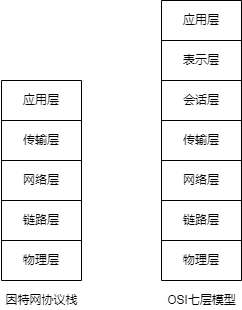
Earlier version of the draw.io export computer-networking/img/internet_protocol_stack_and_osi_reference_model.png (an-die-freude/computer-network-note). Source tidied: cells renumbered, new cells last; positions are measured from the earlier drawing's top-left corner, leaving out a move shared by most shapes. Its diagram source:
```xml
<mxGraphModel>
  <root>
    <mxCell id="0" />
    <mxCell id="1" parent="0" />
    <mxCell id="2" style="shape=table;startSize=0;" parent="1" vertex="1">
      <mxGeometry x="1" y="80" width="80" height="200" as="geometry" />
    </mxCell>
    <mxCell id="3" style="shape=tableRow;horizontal=0;startSize=0;swimlaneHead=0;swimlaneBody=0;top=0;left=0;bottom=0;right=0;fillColor=none;" parent="2" vertex="1">
      <mxGeometry width="80" height="40" as="geometry" />
    </mxCell>
    <mxCell id="4" value="应用层" style="shape=partialRectangle;html=1;whiteSpace=wrap;overflow=hidden;fillColor=none;top=0;left=0;bottom=0;right=0;" parent="3" vertex="1">
      <mxGeometry width="80" height="40" as="geometry" />
    </mxCell>
    <mxCell id="5" style="shape=tableRow;horizontal=0;startSize=0;swimlaneHead=0;swimlaneBody=0;top=0;left=0;bottom=0;right=0;fillColor=none;" parent="2" vertex="1">
      <mxGeometry y="40" width="80" height="40" as="geometry" />
    </mxCell>
    <mxCell id="6" value="传输层" style="shape=partialRectangle;html=1;whiteSpace=wrap;overflow=hidden;fillColor=none;top=0;left=0;bottom=0;right=0;" parent="5" vertex="1">
      <mxGeometry width="80" height="40" as="geometry" />
    </mxCell>
    <mxCell id="7" style="shape=tableRow;horizontal=0;startSize=0;swimlaneHead=0;swimlaneBody=0;top=0;left=0;bottom=0;right=0;fillColor=none;" parent="2" vertex="1">
      <mxGeometry y="80" width="80" height="40" as="geometry" />
    </mxCell>
    <mxCell id="8" value="网络层" style="shape=partialRectangle;html=1;whiteSpace=wrap;overflow=hidden;fillColor=none;top=0;left=0;bottom=0;right=0;" parent="7" vertex="1">
      <mxGeometry width="80" height="40" as="geometry" />
    </mxCell>
    <mxCell id="9" style="shape=tableRow;horizontal=0;startSize=0;swimlaneHead=0;swimlaneBody=0;top=0;left=0;bottom=0;right=0;fillColor=none;" parent="2" vertex="1">
      <mxGeometry y="120" width="80" height="40" as="geometry" />
    </mxCell>
    <mxCell id="10" value="链路层" style="shape=partialRectangle;html=1;whiteSpace=wrap;overflow=hidden;fillColor=none;top=0;left=0;bottom=0;right=0;" parent="9" vertex="1">
      <mxGeometry width="80" height="40" as="geometry" />
    </mxCell>
    <mxCell id="11" style="shape=tableRow;horizontal=0;startSize=0;swimlaneHead=0;swimlaneBody=0;top=0;left=0;bottom=0;right=0;fillColor=none;" parent="2" vertex="1">
      <mxGeometry y="160" width="80" height="40" as="geometry" />
    </mxCell>
    <mxCell id="12" value="物理层" style="shape=partialRectangle;html=1;whiteSpace=wrap;overflow=hidden;fillColor=none;top=0;left=0;bottom=0;right=0;" parent="11" vertex="1">
      <mxGeometry width="80" height="40" as="geometry" />
    </mxCell>
    <mxCell id="13" style="shape=table;startSize=0;" parent="1" vertex="1">
      <mxGeometry x="161" width="80" height="280" as="geometry" />
    </mxCell>
    <mxCell id="14" style="shape=tableRow;horizontal=0;startSize=0;swimlaneHead=0;swimlaneBody=0;top=0;left=0;bottom=0;right=0;fillColor=none;" parent="13" vertex="1">
      <mxGeometry width="80" height="40" as="geometry" />
    </mxCell>
    <mxCell id="15" value="应用层" style="shape=partialRectangle;html=1;whiteSpace=wrap;overflow=hidden;fillColor=none;top=0;left=0;bottom=0;right=0;" parent="14" vertex="1">
      <mxGeometry width="80" height="40" as="geometry" />
    </mxCell>
    <mxCell id="16" style="shape=tableRow;horizontal=0;startSize=0;swimlaneHead=0;swimlaneBody=0;top=0;left=0;bottom=0;right=0;fillColor=none;" parent="13" vertex="1">
      <mxGeometry y="40" width="80" height="40" as="geometry" />
    </mxCell>
    <mxCell id="17" value="表示层" style="shape=partialRectangle;html=1;whiteSpace=wrap;overflow=hidden;fillColor=none;top=0;left=0;bottom=0;right=0;" parent="16" vertex="1">
      <mxGeometry width="80" height="40" as="geometry" />
    </mxCell>
    <mxCell id="18" style="shape=tableRow;horizontal=0;startSize=0;swimlaneHead=0;swimlaneBody=0;top=0;left=0;bottom=0;right=0;fillColor=none;" parent="13" vertex="1">
      <mxGeometry y="80" width="80" height="40" as="geometry" />
    </mxCell>
    <mxCell id="19" value="会话层" style="shape=partialRectangle;html=1;whiteSpace=wrap;overflow=hidden;fillColor=none;top=0;left=0;bottom=0;right=0;" parent="18" vertex="1">
      <mxGeometry width="80" height="40" as="geometry" />
    </mxCell>
    <mxCell id="20" style="shape=tableRow;horizontal=0;startSize=0;swimlaneHead=0;swimlaneBody=0;top=0;left=0;bottom=0;right=0;fillColor=none;" parent="13" vertex="1">
      <mxGeometry y="120" width="80" height="40" as="geometry" />
    </mxCell>
    <mxCell id="21" value="传输层" style="shape=partialRectangle;html=1;whiteSpace=wrap;overflow=hidden;fillColor=none;top=0;left=0;bottom=0;right=0;" parent="20" vertex="1">
      <mxGeometry width="80" height="40" as="geometry" />
    </mxCell>
    <mxCell id="22" style="shape=tableRow;horizontal=0;startSize=0;swimlaneHead=0;swimlaneBody=0;top=0;left=0;bottom=0;right=0;fillColor=none;" parent="13" vertex="1">
      <mxGeometry y="160" width="80" height="40" as="geometry" />
    </mxCell>
    <mxCell id="23" value="网络层" style="shape=partialRectangle;html=1;whiteSpace=wrap;overflow=hidden;fillColor=none;top=0;left=0;bottom=0;right=0;" parent="22" vertex="1">
      <mxGeometry width="80" height="40" as="geometry" />
    </mxCell>
    <mxCell id="24" style="shape=tableRow;horizontal=0;startSize=0;swimlaneHead=0;swimlaneBody=0;top=0;left=0;bottom=0;right=0;fillColor=none;" parent="13" vertex="1">
      <mxGeometry y="200" width="80" height="40" as="geometry" />
    </mxCell>
    <mxCell id="25" value="链路层" style="shape=partialRectangle;html=1;whiteSpace=wrap;overflow=hidden;fillColor=none;top=0;left=0;bottom=0;right=0;" parent="24" vertex="1">
      <mxGeometry width="80" height="40" as="geometry" />
    </mxCell>
    <mxCell id="26" style="shape=tableRow;horizontal=0;startSize=0;swimlaneHead=0;swimlaneBody=0;top=0;left=0;bottom=0;right=0;fillColor=none;" parent="13" vertex="1">
      <mxGeometry y="240" width="80" height="40" as="geometry" />
    </mxCell>
    <mxCell id="27" value="物理层" style="shape=partialRectangle;html=1;whiteSpace=wrap;overflow=hidden;fillColor=none;top=0;left=0;bottom=0;right=0;" parent="26" vertex="1">
      <mxGeometry width="80" height="40" as="geometry" />
    </mxCell>
    <mxCell id="28" value="因特网协议栈" style="text;html=1;align=center;verticalAlign=middle;strokeColor=none;fillColor=none;" parent="1" vertex="1">
      <mxGeometry y="291" width="82" height="18" as="geometry" />
    </mxCell>
    <mxCell id="29" value="OSI七层模型" style="text;html=1;align=center;verticalAlign=middle;strokeColor=none;fillColor=none;" parent="1" vertex="1">
      <mxGeometry x="161.5" y="291" width="79" height="18" as="geometry" />
    </mxCell>
  </root>
</mxGraphModel>
```
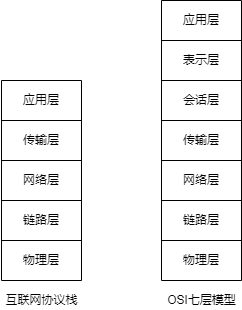
After the commit.

Change to the diagram source:
```diff
@@ -2,7 +2,7 @@
   <root>
     <mxCell id="0" />
     <mxCell id="1" parent="0" />
-    <mxCell id="2" style="shape=table;startSize=0;" parent="1" vertex="1">
+    <mxCell id="2" style="shape=table;startSize=0;fillColor=none;" parent="1" vertex="1">
       <mxGeometry x="1" y="80" width="80" height="200" as="geometry" />
     </mxCell>
     <mxCell id="3" style="shape=tableRow;horizontal=0;startSize=0;swimlaneHead=0;swimlaneBody=0;top=0;left=0;bottom=0;right=0;fillColor=none;" parent="2" vertex="1">
@@ -35,7 +35,7 @@
     <mxCell id="12" value="物理层" style="shape=partialRectangle;html=1;whiteSpace=wrap;overflow=hidden;fillColor=none;top=0;left=0;bottom=0;right=0;" parent="11" vertex="1">
       <mxGeometry width="80" height="40" as="geometry" />
     </mxCell>
-    <mxCell id="13" style="shape=table;startSize=0;" parent="1" vertex="1">
+    <mxCell id="13" style="shape=table;startSize=0;fillColor=none;" parent="1" vertex="1">
       <mxGeometry x="161" width="80" height="280" as="geometry" />
     </mxCell>
     <mxCell id="14" style="shape=tableRow;horizontal=0;startSize=0;swimlaneHead=0;swimlaneBody=0;top=0;left=0;bottom=0;right=0;fillColor=none;" parent="13" vertex="1">
@@ -80,7 +80,7 @@
     <mxCell id="27" value="物理层" style="shape=partialRectangle;html=1;whiteSpace=wrap;overflow=hidden;fillColor=none;top=0;left=0;bottom=0;right=0;" parent="26" vertex="1">
       <mxGeometry width="80" height="40" as="geometry" />
     </mxCell>
-    <mxCell id="28" value="因特网协议栈" style="text;html=1;align=center;verticalAlign=middle;strokeColor=none;fillColor=none;" parent="1" vertex="1">
+    <mxCell id="28" value="互联网协议栈" style="text;html=1;align=center;verticalAlign=middle;strokeColor=none;fillColor=none;" parent="1" vertex="1">
       <mxGeometry y="291" width="82" height="18" as="geometry" />
     </mxCell>
     <mxCell id="29" value="OSI七层模型" style="text;html=1;align=center;verticalAlign=middle;strokeColor=none;fillColor=none;" parent="1" vertex="1">
```
